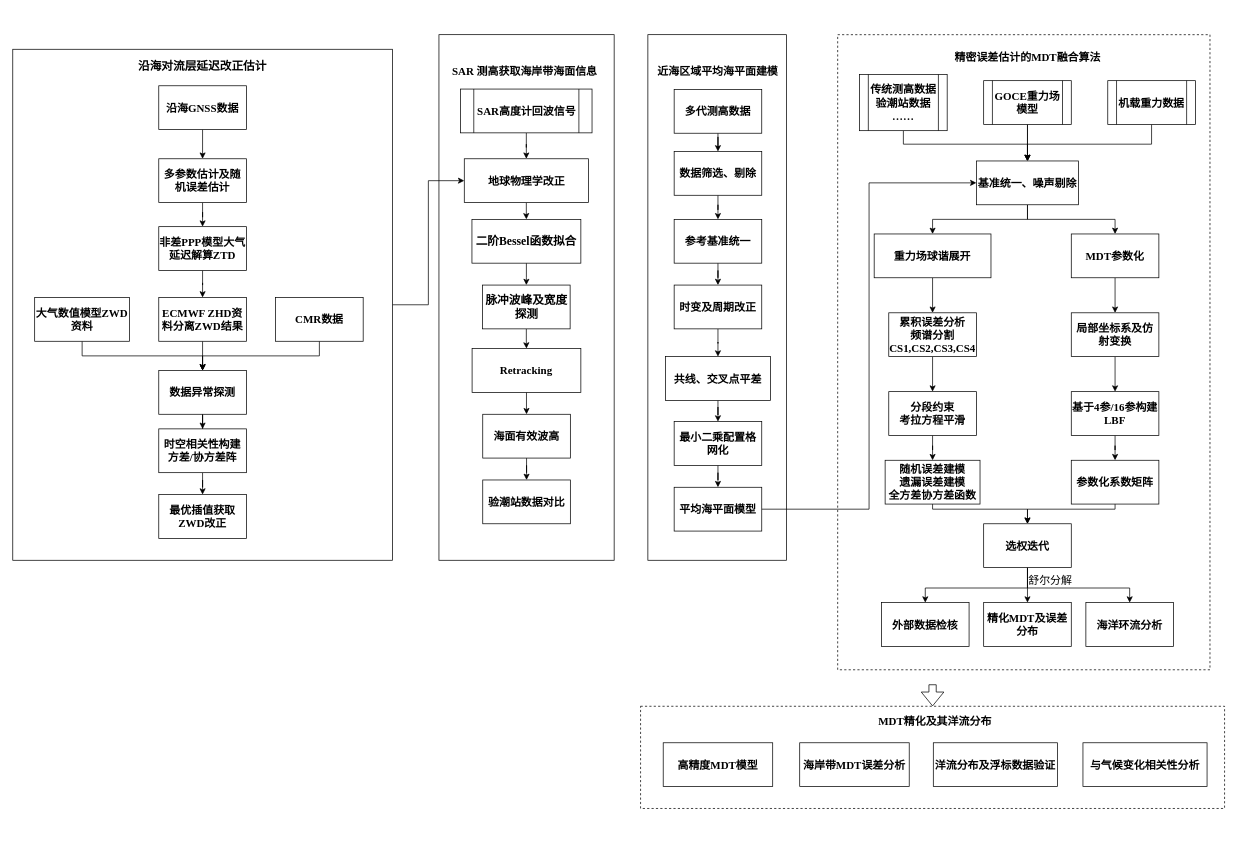
This is Multi-source rigorous fusion algorithom for MDT refinement.drawio from skgiter/drawIO, a draw.io file, before an edit. Source tidied: cells renumbered, new cells numbered last; positions are measured from the earlier drawing's top-left corner, leaving out a move shared by most shapes. Both pictures are drawn from the tidied source at 73%, with x=0, y=0 at pixel (12, 34).
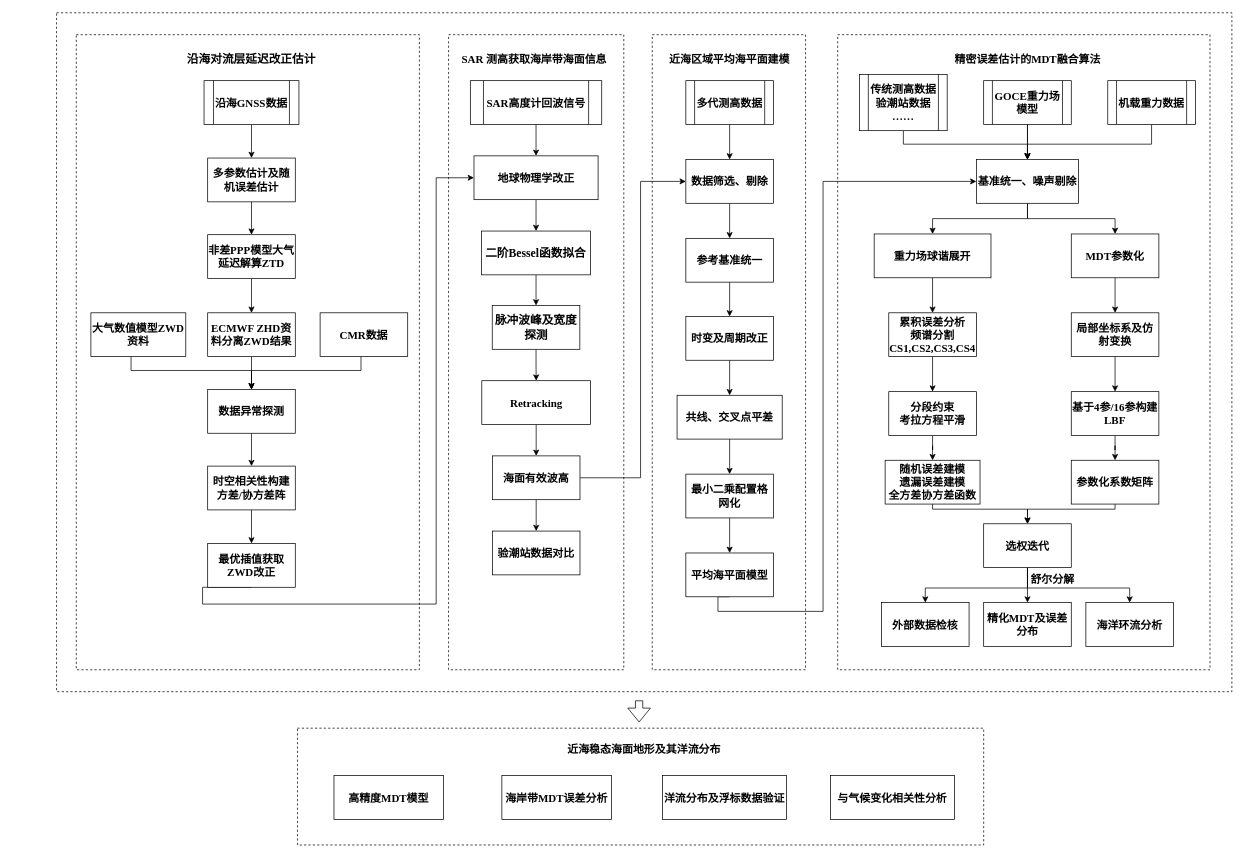
The same page after the edit.

Diff of the diagram source:
```diff
@@
+    <mxCell id="96" style="rounded=0;whiteSpace=wrap;html=1;dashed=1;fontFamily=Times New Roman;fontSize=15;" parent="1" vertex="1">
+      <mxGeometry x="60" y="-30" width="1610" height="930" as="geometry" />
+    </mxCell>
+    <mxCell id="6" style="rounded=0;whiteSpace=wrap;html=1;fontFamily=Times New Roman;fontSize=15;dashed=1;" parent="1" vertex="1">
+      <mxGeometry x="87" width="470" height="870" as="geometry" />
+    </mxCell>
-    <mxCell id="2" style="rounded=0;whiteSpace=wrap;html=1;fontFamily=Times New Roman;fontSize=15;" parent="1" vertex="1">
-      <mxGeometry x="870" width="190" height="720" as="geometry" />
+    <mxCell id="2" style="rounded=0;whiteSpace=wrap;html=1;fontFamily=Times New Roman;fontSize=15;dashed=1;" parent="1" vertex="1">
+      <mxGeometry x="876" width="210" height="870" as="geometry" />
     </mxCell>
-    <mxCell id="3" style="rounded=0;whiteSpace=wrap;html=1;fontFamily=Times New Roman;fontSize=15;" parent="1" vertex="1">
-      <mxGeometry x="583.8" width="240" height="720" as="geometry" />
+    <mxCell id="3" style="rounded=0;whiteSpace=wrap;html=1;fontFamily=Times New Roman;fontSize=15;dashed=1;" parent="1" vertex="1">
+      <mxGeometry x="597" width="240" height="870" as="geometry" />
     </mxCell>
     <mxCell id="4" value="SAR 测高获取海岸带海面信息" style="text;html=1;strokeColor=none;fillColor=none;align=center;verticalAlign=middle;whiteSpace=wrap;rounded=0;dashed=1;fontFamily=Times New Roman;fontSize=15;fontStyle=1;" parent="1" vertex="1">
-      <mxGeometry x="600" y="40" width="203" height="20" as="geometry" />
+      <mxGeometry x="613.2" y="20" width="203" height="25" as="geometry" />
     </mxCell>
-    <mxCell id="5" style="edgeStyle=orthogonalEdgeStyle;rounded=0;jettySize=auto;html=1;entryX=0;entryY=0.5;entryDx=0;entryDy=0;fontFamily=Times New Roman;fontSize=15;" parent="1" edge="1" source="6" target="11">
-      <mxGeometry relative="1" as="geometry" />
+    <mxCell id="5" style="edgeStyle=orthogonalEdgeStyle;rounded=0;jettySize=auto;html=1;entryX=0;entryY=0.5;entryDx=0;entryDy=0;fontFamily=Times New Roman;fontSize=15;exitX=0.5;exitY=1;exitDx=0;exitDy=0;" parent="1" edge="1" source="79" target="11">
+      <mxGeometry relative="1" as="geometry">
+        <Array as="points">
+          <mxPoint x="260" y="757" />
+          <mxPoint x="260" y="780" />
+          <mxPoint x="580" y="780" />
+          <mxPoint x="580" y="196" />
+        </Array>
+      </mxGeometry>
     </mxCell>
-    <mxCell id="6" style="rounded=0;whiteSpace=wrap;html=1;fontFamily=Times New Roman;fontSize=15;" parent="1" vertex="1">
-      <mxGeometry y="20" width="520" height="700" as="geometry" />
-    </mxCell>
@@
     <mxCell id="9" value="SAR高度计回波信号" style="shape=process;whiteSpace=wrap;html=1;backgroundOutline=1;fontFamily=Times New Roman;fontStyle=1;fontSize=15;" parent="1" vertex="1">
-      <mxGeometry x="613.5" y="74.5" width="180" height="60" as="geometry" />
+      <mxGeometry x="626.8" y="63" width="180" height="60" as="geometry" />
     </mxCell>
@@
     <mxCell id="11" value="地球物理学改正" style="rounded=0;whiteSpace=wrap;html=1;fontFamily=Times New Roman;fontStyle=1;fontSize=15;" parent="1" vertex="1">
-      <mxGeometry x="618.5" y="170" width="170" height="60" as="geometry" />
+      <mxGeometry x="631.8" y="166" width="170" height="60" as="geometry" />
     </mxCell>
@@
     <mxCell id="13" value="&lt;span style=&quot;font-size: 12pt&quot;&gt;二阶&lt;/span&gt;&lt;span lang=&quot;EN-US&quot; style=&quot;font-size: 12pt ; font-family: &amp;#34;times new roman&amp;#34; , serif&quot;&gt;Bessel&lt;/span&gt;&lt;span style=&quot;font-size: 12pt&quot;&gt;函数拟合&lt;/span&gt;" style="rounded=0;whiteSpace=wrap;html=1;fontFamily=Times New Roman;fontStyle=1;fontSize=15;" parent="1" vertex="1">
-      <mxGeometry x="629" y="253" width="149.2" height="60" as="geometry" />
+      <mxGeometry x="642.2" y="269" width="149.2" height="60" as="geometry" />
     </mxCell>
@@
     <mxCell id="15" value="&lt;span style=&quot;font-size: 16px&quot;&gt;脉冲波峰及宽度探测&lt;/span&gt;" style="rounded=0;whiteSpace=wrap;html=1;fontFamily=Times New Roman;fontStyle=1;fontSize=15;" parent="1" vertex="1">
-      <mxGeometry x="643.5" y="343" width="120" height="60" as="geometry" />
+      <mxGeometry x="656.8" y="371" width="120" height="60" as="geometry" />
     </mxCell>
@@
     <mxCell id="17" value="Retracking" style="rounded=0;whiteSpace=wrap;html=1;fontFamily=Times New Roman;fontStyle=1;fontSize=15;" parent="1" vertex="1">
-      <mxGeometry x="629.2" y="430" width="149" height="60" as="geometry" />
+      <mxGeometry x="642.5" y="474" width="149" height="60" as="geometry" />
     </mxCell>
@@
+    <mxCell id="97" style="edgeStyle=orthogonalEdgeStyle;rounded=0;jettySize=auto;html=1;entryX=0;entryY=0.5;entryDx=0;entryDy=0;fontFamily=Times New Roman;fontSize=15;exitX=1;exitY=0.5;exitDx=0;exitDy=0;" parent="1" edge="1" source="19" target="85">
+      <mxGeometry relative="1" as="geometry">
+        <Array as="points">
+          <mxPoint x="860" y="607" />
+          <mxPoint x="860" y="201" />
+        </Array>
+      </mxGeometry>
+    </mxCell>
     <mxCell id="19" value="&lt;span style=&quot;white-space: normal; font-size: 15px;&quot;&gt;海面有效波高&lt;/span&gt;" style="rounded=0;whiteSpace=wrap;html=1;fontFamily=Times New Roman;fontStyle=1;fontSize=15;" parent="1" vertex="1">
-      <mxGeometry x="643.8" y="520" width="120" height="60" as="geometry" />
+      <mxGeometry x="657" y="577" width="120" height="60" as="geometry" />
     </mxCell>
     <mxCell id="20" value="&lt;span style=&quot;white-space: normal; font-size: 15px;&quot;&gt;验潮站数据对比&lt;/span&gt;" style="rounded=0;whiteSpace=wrap;html=1;fontFamily=Times New Roman;fontStyle=1;fontSize=15;" parent="1" vertex="1">
-      <mxGeometry x="643.8" y="610" width="120" height="60" as="geometry" />
+      <mxGeometry x="657" y="680" width="120" height="60" as="geometry" />
     </mxCell>
@@
     <mxCell id="27" value="&lt;span style=&quot;white-space: normal; font-size: 15px;&quot;&gt;基准统一、噪声剔除&lt;/span&gt;" style="rounded=0;whiteSpace=wrap;html=1;fontFamily=Times New Roman;fontStyle=1;fontSize=15;" parent="1" vertex="1">
-      <mxGeometry x="1320" y="173" width="140" height="60" as="geometry" />
+      <mxGeometry x="1320" y="171" width="140" height="60" as="geometry" />
     </mxCell>
@@
     <mxCell id="54" value="精密误差估计的MDT融合算法" style="text;html=1;strokeColor=none;fillColor=none;align=center;verticalAlign=middle;whiteSpace=wrap;rounded=0;dashed=1;fontFamily=Times New Roman;fontSize=15;fontStyle=1;" parent="1" vertex="1">
-      <mxGeometry x="1288.5" y="20" width="203" height="20" as="geometry" />
+      <mxGeometry x="1288.5" y="20" width="203" height="25" as="geometry" />
     </mxCell>
     <mxCell id="55" style="rounded=0;whiteSpace=wrap;html=1;dashed=1;" parent="1" vertex="1">
-      <mxGeometry x="860" y="920" width="800" height="140" as="geometry" />
+      <mxGeometry x="390" y="950" width="940" height="160" as="geometry" />
     </mxCell>
-    <mxCell id="56" style="shape=flexArrow;endArrow=classic;html=1;entryX=0.5;entryY=0;entryDx=0;entryDy=0;exitX=0.5;exitY=1;exitDx=0;exitDy=0;" parent="1" edge="1" target="55">
+    <mxCell id="56" style="shape=flexArrow;endArrow=classic;html=1;entryX=0.5;entryY=0;entryDx=0;entryDy=0;exitX=0.5;exitY=1;exitDx=0;exitDy=0;" parent="1" edge="1">
       <mxGeometry relative="1" as="geometry">
-        <mxPoint x="1260" y="890" as="sourcePoint" />
+        <mxPoint x="858" y="912" as="sourcePoint" />
+        <mxPoint x="858" y="942" as="targetPoint" />
       </mxGeometry>
     </mxCell>
     <mxCell id="57" value="海岸带MDT误差分析" style="rounded=0;whiteSpace=wrap;html=1;fontFamily=Times New Roman;fontSize=15;fontStyle=1;" parent="1" vertex="1">
-      <mxGeometry x="1078" y="970" width="150" height="60" as="geometry" />
+      <mxGeometry x="670" y="1015" width="150" height="60" as="geometry" />
     </mxCell>
-    <mxCell id="58" value="MDT精化及其洋流分布" style="text;html=1;strokeColor=none;fillColor=none;align=center;verticalAlign=middle;whiteSpace=wrap;rounded=0;dashed=1;fontFamily=Times New Roman;fontSize=15;fontStyle=1;" parent="1" vertex="1">
-      <mxGeometry x="1162" y="930" width="203" height="20" as="geometry" />
+    <mxCell id="58" value="近海稳态海面地形及其洋流分布" style="text;html=1;strokeColor=none;fillColor=none;align=center;verticalAlign=middle;whiteSpace=wrap;rounded=0;dashed=1;fontFamily=Times New Roman;fontSize=15;fontStyle=1;" parent="1" vertex="1">
+      <mxGeometry x="756" y="965" width="218" height="25" as="geometry" />
     </mxCell>
     <mxCell id="59" value="洋流分布及浮标数据验证" style="rounded=0;whiteSpace=wrap;html=1;fontFamily=Times New Roman;fontSize=15;fontStyle=1;" parent="1" vertex="1">
-      <mxGeometry x="1261" y="970" width="170" height="60" as="geometry" />
+      <mxGeometry x="890" y="1015" width="170" height="60" as="geometry" />
     </mxCell>
     <mxCell id="60" value="与气候变化相关性分析" style="rounded=0;whiteSpace=wrap;html=1;fontFamily=Times New Roman;fontSize=15;fontStyle=1;" parent="1" vertex="1">
-      <mxGeometry x="1466" y="970" width="170" height="60" as="geometry" />
+      <mxGeometry x="1120" y="1015" width="170" height="60" as="geometry" />
     </mxCell>
     <mxCell id="61" value="高精度MDT模型" style="rounded=0;whiteSpace=wrap;html=1;fontFamily=Times New Roman;fontSize=15;fontStyle=1;" parent="1" vertex="1">
-      <mxGeometry x="891" y="970" width="150" height="60" as="geometry" />
+      <mxGeometry x="440" y="1015" width="150" height="60" as="geometry" />
     </mxCell>
-    <mxCell id="62" value="舒尔分解" style="text;html=1;align=center;verticalAlign=middle;fontFamily=Times New Roman;fontSize=15;" parent="1" vertex="1">
-      <mxGeometry x="1381" y="737" width="80" height="20" as="geometry" />
+    <mxCell id="62" value="舒尔分解" style="text;html=1;align=center;verticalAlign=middle;fontFamily=Times New Roman;fontSize=15;fontStyle=1;" parent="1" vertex="1">
+      <mxGeometry x="1384" y="735" width="80" height="20" as="geometry" />
     </mxCell>
@@
-    <mxCell id="64" value="&lt;b style=&quot;font-size: 15px;&quot;&gt;沿海GNSS数据&lt;/b&gt;" style="rounded=0;whiteSpace=wrap;html=1;fontSize=15;fontFamily=Times New Roman;" parent="1" vertex="1">
-      <mxGeometry x="200" y="70" width="120" height="60" as="geometry" />
+    <mxCell id="64" value="&lt;b style=&quot;font-size: 15px;&quot;&gt;沿海GNSS数据&lt;/b&gt;" style="shape=process;whiteSpace=wrap;html=1;backgroundOutline=1;fontFamily=Times New Roman;fontSize=15;fontColor=#000000;align=center;strokeColor=#000000;fillColor=#ffffff;" parent="1" vertex="1">
+      <mxGeometry x="262" y="63" width="130" height="60" as="geometry" />
     </mxCell>
@@
     <mxCell id="66" value="&lt;b style=&quot;font-size: 15px;&quot;&gt;多参数估计及随机误差估计&lt;br style=&quot;font-size: 15px;&quot;&gt;&lt;/b&gt;" style="rounded=0;whiteSpace=wrap;html=1;fontSize=15;fontFamily=Times New Roman;" parent="1" vertex="1">
-      <mxGeometry x="200" y="170" width="120" height="60" as="geometry" />
+      <mxGeometry x="267" y="169" width="120" height="60" as="geometry" />
     </mxCell>
@@
     <mxCell id="68" value="&lt;b style=&quot;font-size: 15px;&quot;&gt;非差PPP模型&lt;/b&gt;&lt;b style=&quot;font-size: 15px;&quot;&gt;大气延迟解算ZTD&lt;br style=&quot;font-size: 15px;&quot;&gt;&lt;/b&gt;" style="rounded=0;whiteSpace=wrap;html=1;fontSize=15;fontFamily=Times New Roman;" parent="1" vertex="1">
-      <mxGeometry x="200" y="263" width="120" height="60" as="geometry" />
+      <mxGeometry x="267" y="274" width="120" height="60" as="geometry" />
     </mxCell>
@@
     <mxCell id="70" value="&lt;b style=&quot;font-size: 15px;&quot;&gt;ECMWF ZHD资料分离ZWD结果&lt;br style=&quot;font-size: 15px;&quot;&gt;&lt;/b&gt;" style="rounded=0;whiteSpace=wrap;html=1;fontSize=15;fontFamily=Times New Roman;" parent="1" vertex="1">
-      <mxGeometry x="200" y="360" width="120" height="60" as="geometry" />
+      <mxGeometry x="267" y="381" width="120" height="60" as="geometry" />
     </mxCell>
-    <mxCell id="71" style="edgeStyle=orthogonalEdgeStyle;rounded=0;jettySize=auto;html=1;entryX=0.5;entryY=0;entryDx=0;entryDy=0;exitX=0.5;exitY=1;exitDx=0;exitDy=0;fontSize=15;fontFamily=Times New Roman;" parent="1" edge="1" source="72" target="76">
-      <mxGeometry relative="1" as="geometry" />
+    <mxCell id="71" style="edgeStyle=orthogonalEdgeStyle;rounded=0;jettySize=auto;html=1;entryX=0.5;entryY=0;entryDx=0;entryDy=0;fontFamily=Times New Roman;fontSize=15;" parent="1" edge="1" source="72" target="76">
+      <mxGeometry relative="1" as="geometry">
+        <Array as="points">
+          <mxPoint x="162" y="460" />
+          <mxPoint x="327" y="460" />
+        </Array>
+      </mxGeometry>
     </mxCell>
     <mxCell id="72" value="大气数值模型ZWD资料" style="whiteSpace=wrap;html=1;rounded=0;fontStyle=1;fontSize=15;fontFamily=Times New Roman;" parent="1" vertex="1">
-      <mxGeometry x="30" y="360" width="130" height="60" as="geometry" />
+      <mxGeometry x="107" y="381" width="130" height="60" as="geometry" />
     </mxCell>
-    <mxCell id="73" style="edgeStyle=orthogonalEdgeStyle;rounded=0;jettySize=auto;html=1;entryX=0.5;entryY=0;entryDx=0;entryDy=0;fontSize=15;fontFamily=Times New Roman;" parent="1" edge="1" source="74" target="76">
+    <mxCell id="73" style="edgeStyle=orthogonalEdgeStyle;rounded=0;jettySize=auto;html=1;entryX=0.5;entryY=0;entryDx=0;entryDy=0;fontFamily=Times New Roman;fontSize=15;" parent="1" edge="1" source="74" target="76">
       <mxGeometry relative="1" as="geometry">
         <Array as="points">
-          <mxPoint x="420" y="440" />
-          <mxPoint x="260" y="440" />
+          <mxPoint x="477" y="460" />
+          <mxPoint x="327" y="460" />
         </Array>
       </mxGeometry>
     </mxCell>
     <mxCell id="74" value="&lt;span style=&quot;font-size: 15px;&quot;&gt;CMR数据&lt;/span&gt;" style="rounded=0;whiteSpace=wrap;html=1;fontStyle=1;fontSize=15;fontFamily=Times New Roman;" parent="1" vertex="1">
-      <mxGeometry x="360" y="360" width="120" height="60" as="geometry" />
+      <mxGeometry x="421" y="381" width="120" height="60" as="geometry" />
     </mxCell>
@@
     <mxCell id="76" value="数据异常探测" style="whiteSpace=wrap;html=1;rounded=0;fontStyle=1;fontSize=15;fontFamily=Times New Roman;" parent="1" vertex="1">
-      <mxGeometry x="200" y="460" width="120" height="60" as="geometry" />
+      <mxGeometry x="267" y="486" width="120" height="60" as="geometry" />
     </mxCell>
@@
     <mxCell id="78" value="&lt;span style=&quot;font-size: 15px;&quot;&gt;时空相关性构建方差/协方差阵&lt;/span&gt;" style="whiteSpace=wrap;html=1;rounded=0;fontStyle=1;fontSize=15;fontFamily=Times New Roman;" parent="1" vertex="1">
-      <mxGeometry x="200" y="540" width="120" height="60" as="geometry" />
+      <mxGeometry x="267" y="591" width="120" height="60" as="geometry" />
     </mxCell>
     <mxCell id="79" value="最优插值获取ZWD改正" style="whiteSpace=wrap;html=1;rounded=0;fontStyle=1;fontSize=15;fontFamily=Times New Roman;" parent="1" vertex="1">
-      <mxGeometry x="200" y="630" width="120" height="60" as="geometry" />
+      <mxGeometry x="267" y="697" width="120" height="60" as="geometry" />
     </mxCell>
     <mxCell id="80" value="&lt;span style=&quot;font-size: 12.0pt&quot;&gt;沿海对流层延迟改正估计&lt;/span&gt;" style="text;html=1;strokeColor=none;fillColor=none;align=center;verticalAlign=middle;whiteSpace=wrap;rounded=0;fontFamily=Times New Roman;fontSize=15;fontStyle=1;" parent="1" vertex="1">
-      <mxGeometry x="160" y="33" width="200" height="20" as="geometry" />
+      <mxGeometry x="227" y="20" width="200" height="25" as="geometry" />
     </mxCell>
     <mxCell id="81" value="近海区域平均海平面建模" style="text;html=1;strokeColor=none;fillColor=none;align=center;verticalAlign=middle;whiteSpace=wrap;rounded=0;fontFamily=Times New Roman;fontSize=15;fontStyle=1;" parent="1" vertex="1">
-      <mxGeometry x="871" y="40" width="190" height="20" as="geometry" />
+      <mxGeometry x="887" y="20" width="190" height="25" as="geometry" />
     </mxCell>
@@
-    <mxCell id="83" value="多代测高数据" style="rounded=0;whiteSpace=wrap;html=1;fontFamily=Times New Roman;fontSize=15;fontStyle=1;" parent="1" vertex="1">
-      <mxGeometry x="906" y="75" width="120" height="60" as="geometry" />
+    <mxCell id="83" value="多代测高数据" style="shape=process;whiteSpace=wrap;html=1;backgroundOutline=1;fontFamily=Times New Roman;fontSize=15;fontColor=#000000;align=center;strokeColor=#000000;fillColor=#ffffff;fontStyle=1;" parent="1" vertex="1">
+      <mxGeometry x="922" y="63" width="120" height="60" as="geometry" />
     </mxCell>
@@
     <mxCell id="85" value="数据筛选、剔除" style="whiteSpace=wrap;html=1;rounded=0;fontFamily=Times New Roman;fontSize=15;fontStyle=1;" parent="1" vertex="1">
-      <mxGeometry x="906" y="160" width="120" height="60" as="geometry" />
+      <mxGeometry x="922" y="171" width="120" height="60" as="geometry" />
     </mxCell>
@@
     <mxCell id="87" value="参考基准统一" style="whiteSpace=wrap;html=1;rounded=0;fontFamily=Times New Roman;fontSize=15;fontStyle=1;" parent="1" vertex="1">
-      <mxGeometry x="906" y="253" width="120" height="60" as="geometry" />
+      <mxGeometry x="922" y="279" width="120" height="60" as="geometry" />
     </mxCell>
@@
     <mxCell id="89" value="时变及周期改正" style="whiteSpace=wrap;html=1;rounded=0;fontFamily=Times New Roman;fontSize=15;fontStyle=1;" parent="1" vertex="1">
-      <mxGeometry x="906" y="343" width="120" height="60" as="geometry" />
+      <mxGeometry x="922" y="386" width="120" height="60" as="geometry" />
     </mxCell>
@@
     <mxCell id="91" value="共线、交叉点平差" style="whiteSpace=wrap;html=1;rounded=0;fontFamily=Times New Roman;fontSize=15;fontStyle=1;" parent="1" vertex="1">
-      <mxGeometry x="894" y="441" width="144" height="60" as="geometry" />
+      <mxGeometry x="910" y="494" width="144" height="60" as="geometry" />
     </mxCell>
@@
     <mxCell id="93" value="最小二乘配置格网化" style="whiteSpace=wrap;html=1;rounded=0;fontFamily=Times New Roman;fontSize=15;fontStyle=1;" parent="1" vertex="1">
-      <mxGeometry x="906" y="530" width="120" height="60" as="geometry" />
+      <mxGeometry x="922" y="602" width="120" height="60" as="geometry" />
     </mxCell>
-    <mxCell id="94" style="edgeStyle=orthogonalEdgeStyle;rounded=0;jettySize=auto;html=1;entryX=0;entryY=0.5;entryDx=0;entryDy=0;fontFamily=Times New Roman;fontSize=15;" parent="1" edge="1" source="95" target="27">
-      <mxGeometry relative="1" as="geometry" />
+    <mxCell id="94" style="edgeStyle=orthogonalEdgeStyle;rounded=0;jettySize=auto;html=1;fontFamily=Times New Roman;fontSize=15;exitX=0.5;exitY=1;exitDx=0;exitDy=0;entryX=0;entryY=0.5;entryDx=0;entryDy=0;" parent="1" edge="1" source="95" target="27">
+      <mxGeometry relative="1" as="geometry">
+        <Array as="points">
+          <mxPoint x="966" y="790" />
+          <mxPoint x="1110" y="790" />
+          <mxPoint x="1110" y="201" />
+        </Array>
+      </mxGeometry>
     </mxCell>
     <mxCell id="95" value="平均海平面模型" style="whiteSpace=wrap;html=1;rounded=0;fontFamily=Times New Roman;fontSize=15;fontStyle=1;" parent="1" vertex="1">
-      <mxGeometry x="906" y="620" width="120" height="60" as="geometry" />
+      <mxGeometry x="922" y="710" width="120" height="60" as="geometry" />
     </mxCell>
```
